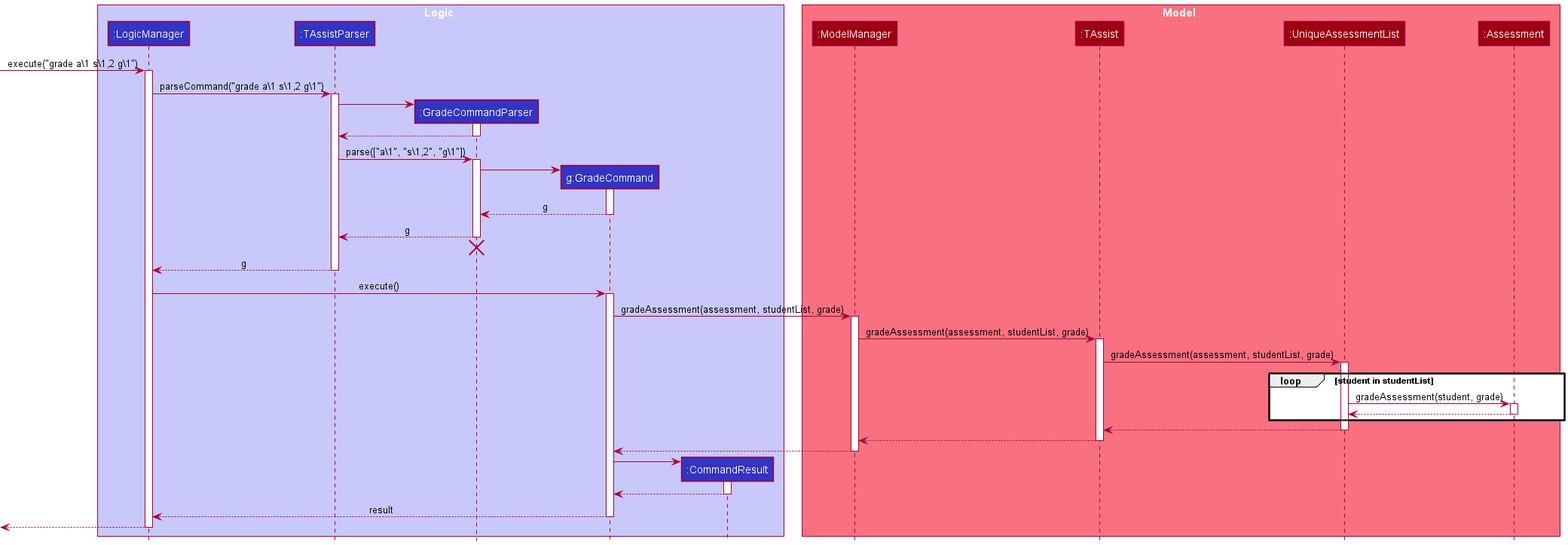
Earlier version of the PlantUML export docs/images/GradeSequenceDiagram.png (nus-cs2103-AY2122S2/tp). Source of this version:
```plantuml
@startuml
!include style.puml

box Logic LOGIC_COLOR_T1
participant ":LogicManager" as LogicManager LOGIC_COLOR
participant ":TAssistParser" as TAssistParser LOGIC_COLOR
participant ":GradeCommandParser" as GradeCommandParser LOGIC_COLOR
participant "g:GradeCommand" as GradeCommand LOGIC_COLOR
participant ":CommandResult" as CommandResult LOGIC_COLOR
end box

box Model MODEL_COLOR_T1
participant ":ModelManager" as ModelManager MODEL_COLOR
participant ":TAssist" as TAssist MODEL_COLOR
participant ":UniqueAssessmentList" as UniqueAssessmentList MODEL_COLOR
participant ":Assessment" as Assessment MODEL_COLOR
end box

[-> LogicManager : execute("grade a\1 s\1,2 g\1")
activate LogicManager

LogicManager -> TAssistParser : parseCommand("grade a\1 s\1,2 g\1")
activate TAssistParser

create GradeCommandParser
TAssistParser -> GradeCommandParser
activate GradeCommandParser

GradeCommandParser --> TAssistParser
deactivate GradeCommandParser

TAssistParser -> GradeCommandParser : parse(["a\1", "s\1,2", "g\1"])
activate GradeCommandParser

create GradeCommand
GradeCommandParser -> GradeCommand
activate GradeCommand

GradeCommand --> GradeCommandParser : g
deactivate GradeCommand

GradeCommandParser --> TAssistParser : g
deactivate GradeCommandParser
GradeCommandParser -[hidden]-> TAssistParser
destroy GradeCommandParser

TAssistParser --> LogicManager : g
deactivate TAssistParser

LogicManager -> GradeCommand : execute()
activate GradeCommand

GradeCommand -> ModelManager : gradeAssessment(assessment, studentList, grade)
activate ModelManager

ModelManager -> TAssist : gradeAssessment(assessment, studentList, grade)
activate TAssist

TAssist -> UniqueAssessmentList : gradeAssessment(assessment, studentList, grade)
activate UniqueAssessmentList

loop student in studentList
UniqueAssessmentList -> Assessment : gradeAssessment(student, grade)
activate Assessment

Assessment --> UniqueAssessmentList
deactivate Assessment
end

UniqueAssessmentList --> TAssist
deactivate UniqueAssessmentList

TAssist --> ModelManager
deactivate TAssist

ModelManager --> GradeCommand
deactivate ModelManager

create CommandResult
GradeCommand -> CommandResult
activate CommandResult

CommandResult --> GradeCommand
deactivate CommandResult

GradeCommand --> LogicManager : result
deactivate GradeCommand

[<--LogicManager
deactivate LogicManager
@enduml
```
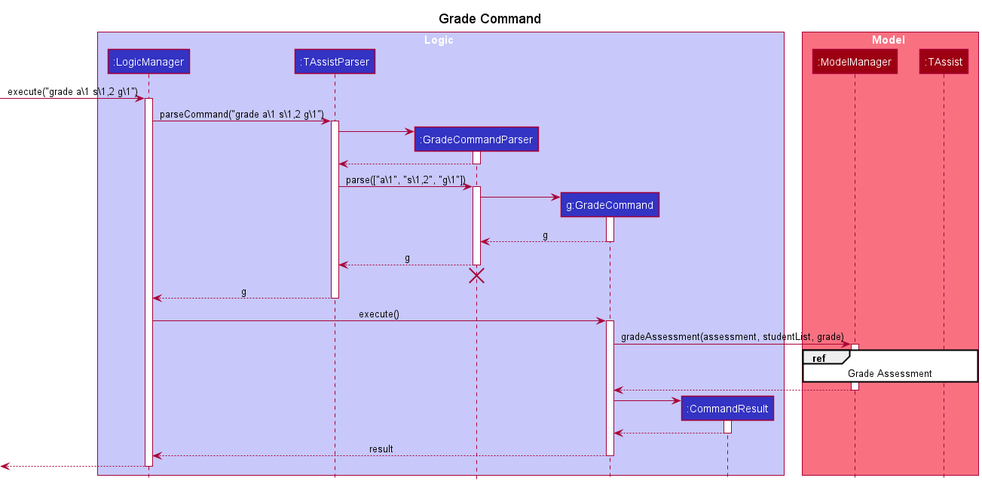
After the commit.

Commit message:
Split sequence diagram into two for easy viewing

The edit, as a diff of the source:
```diff
@@ -1,5 +1,7 @@
 @startuml
 !include style.puml
+
+title Grade Command
 
 box Logic LOGIC_COLOR_T1
 participant ":LogicManager" as LogicManager LOGIC_COLOR
@@ -12,8 +14,6 @@
 box Model MODEL_COLOR_T1
 participant ":ModelManager" as ModelManager MODEL_COLOR
 participant ":TAssist" as TAssist MODEL_COLOR
-participant ":UniqueAssessmentList" as UniqueAssessmentList MODEL_COLOR
-participant ":Assessment" as Assessment MODEL_COLOR
 end box
 
 [-> LogicManager : execute("grade a\1 s\1,2 g\1")
@@ -53,25 +53,7 @@
 GradeCommand -> ModelManager : gradeAssessment(assessment, studentList, grade)
 activate ModelManager
 
-ModelManager -> TAssist : gradeAssessment(assessment, studentList, grade)
-activate TAssist
-
-TAssist -> UniqueAssessmentList : gradeAssessment(assessment, studentList, grade)
-activate UniqueAssessmentList
-
-loop student in studentList
-UniqueAssessmentList -> Assessment : gradeAssessment(student, grade)
-activate Assessment
-
-Assessment --> UniqueAssessmentList
-deactivate Assessment
-end
-
-UniqueAssessmentList --> TAssist
-deactivate UniqueAssessmentList
-
-TAssist --> ModelManager
-deactivate TAssist
+ref over ModelManager, TAssist : Grade Assessment
 
 ModelManager --> GradeCommand
 deactivate ModelManager
```
